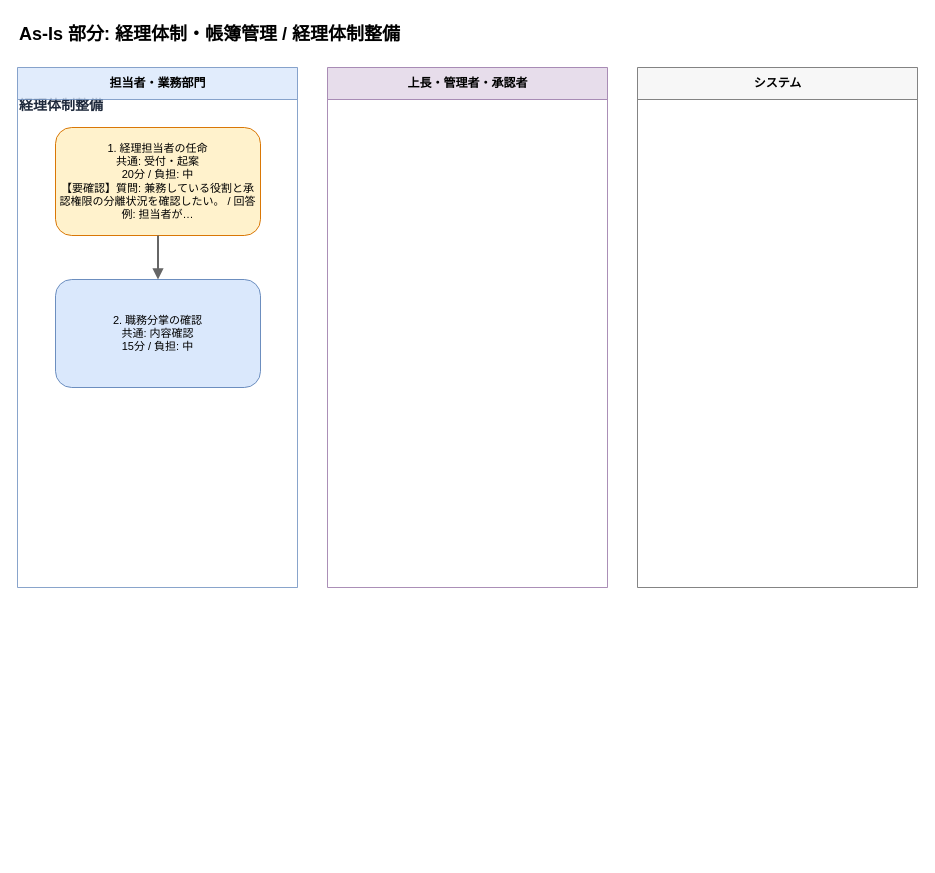
This is output/flows/asis_経理体制_帳簿管理__経理体制整備_20260608.drawio from Toshiki811/ai-business-analysis-heatmap, a draw.io file, before an edit. Source tidied: cells renumbered, new cells numbered last; positions are measured from the earlier drawing's top-left corner, leaving out a move shared by most shapes. Both pictures are drawn from the tidied source at 100%, with x=0, y=0 at pixel (17, 17).
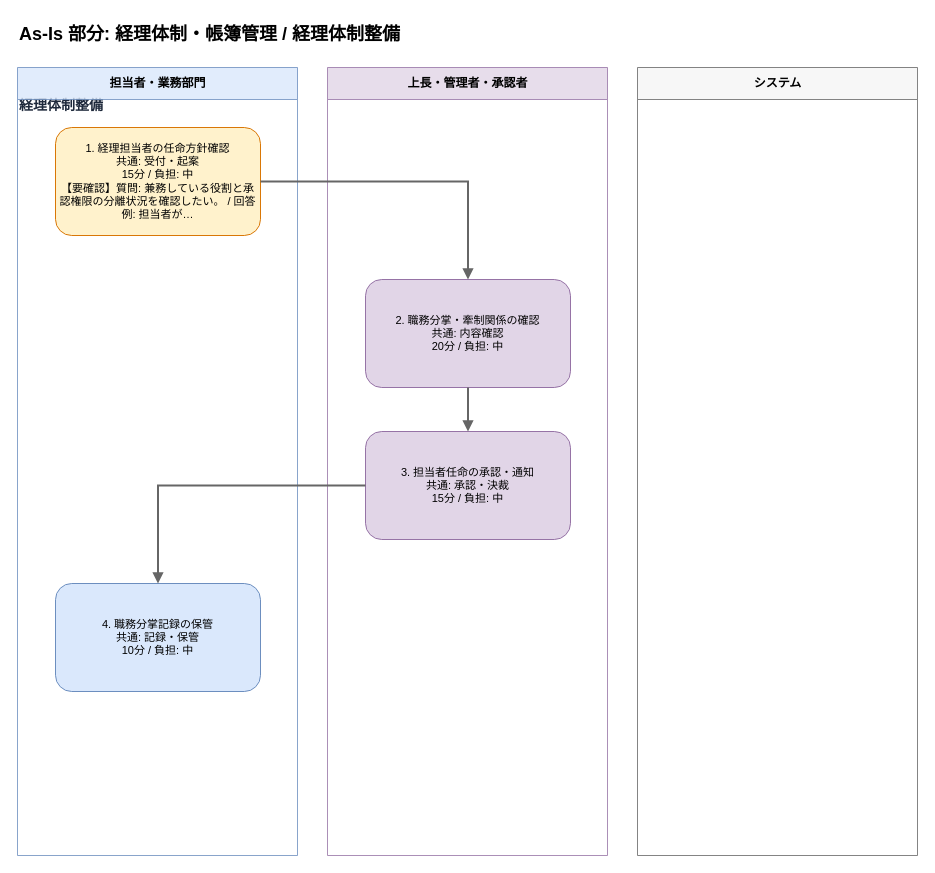
The same diagram, later.

Diff of the diagram source:
```diff
@@
 <mxGraphModel>
   <root>
     <mxCell id="0" />
     <mxCell id="1" parent="0" />
     <mxCell id="2" value="経理体制整備" style="text;html=1;strokeColor=none;fillColor=none;align=left;verticalAlign=middle;whiteSpace=wrap;fontSize=14;fontStyle=1;fontColor=#1e293b;" parent="1" vertex="1">
       <mxGeometry y="76" width="860" height="24" as="geometry" />
     </mxCell>
     <mxCell id="3" value="As-Is 部分: 経理体制・帳簿管理 / 経理体制整備" style="text;html=1;strokeColor=none;fillColor=none;align=left;fontSize=18;fontStyle=1;" parent="1" vertex="1">
       <mxGeometry width="880" height="30" as="geometry" />
     </mxCell>
     <mxCell id="4" value="担当者・業務部門" style="swimlane;horizontal=1;startSize=32;html=1;fillColor=#dae8fc;strokeColor=#6c8ebf;fontSize=12;fontStyle=1;opacity=80;" parent="1" vertex="1">
-      <mxGeometry y="50" width="280" height="520" as="geometry" />
+      <mxGeometry y="50" width="280" height="788" as="geometry" />
     </mxCell>
     <mxCell id="5" value="上長・管理者・承認者" style="swimlane;horizontal=1;startSize=32;html=1;fillColor=#e1d5e7;strokeColor=#9673a6;fontSize=12;fontStyle=1;opacity=80;" parent="1" vertex="1">
-      <mxGeometry x="310" y="50" width="280" height="520" as="geometry" />
+      <mxGeometry x="310" y="50" width="280" height="788" as="geometry" />
     </mxCell>
     <mxCell id="6" value="システム" style="swimlane;horizontal=1;startSize=32;html=1;fillColor=#f5f5f5;strokeColor=#666666;fontSize=12;fontStyle=1;opacity=80;" parent="1" vertex="1">
-      <mxGeometry x="620" y="50" width="280" height="520" as="geometry" />
+      <mxGeometry x="620" y="50" width="280" height="788" as="geometry" />
     </mxCell>
-    <mxCell id="7" value="1. 経理担当者の任命&#10;共通: 受付・起案&#10;20分 / 負担: 中&#10;【要確認】質問: 兼務している役割と承認権限の分離状況を確認したい。 / 回答例: 担当者が…" style="rounded=1;whiteSpace=wrap;html=1;fillColor=#fff2cc;strokeColor=#d97706;strokeWidth=1;fontSize=11;fontColor=#000000;" parent="1" vertex="1">
+    <mxCell id="7" value="1. 経理担当者の任命方針確認&#10;共通: 受付・起案&#10;15分 / 負担: 中&#10;【要確認】質問: 兼務している役割と承認権限の分離状況を確認したい。 / 回答例: 担当者が…" style="rounded=1;whiteSpace=wrap;html=1;fillColor=#fff2cc;strokeColor=#d97706;strokeWidth=1;fontSize=11;fontColor=#000000;" parent="1" vertex="1">
       <mxGeometry x="38" y="110" width="205" height="108" as="geometry" />
     </mxCell>
-    <mxCell id="8" value="2. 職務分掌の確認&#10;共通: 内容確認&#10;15分 / 負担: 中" style="rounded=1;whiteSpace=wrap;html=1;fillColor=#dae8fc;strokeColor=#6c8ebf;strokeWidth=1;fontSize=11;fontColor=#000000;" parent="1" vertex="1">
-      <mxGeometry x="38" y="262" width="205" height="108" as="geometry" />
+    <mxCell id="8" value="2. 職務分掌・牽制関係の確認&#10;共通: 内容確認&#10;20分 / 負担: 中" style="rounded=1;whiteSpace=wrap;html=1;fillColor=#e1d5e7;strokeColor=#9673a6;strokeWidth=1;fontSize=11;fontColor=#000000;" parent="1" vertex="1">
+      <mxGeometry x="348" y="262" width="205" height="108" as="geometry" />
     </mxCell>
+    <mxCell id="10" value="3. 担当者任命の承認・通知&#10;共通: 承認・決裁&#10;15分 / 負担: 中" style="rounded=1;whiteSpace=wrap;html=1;fillColor=#e1d5e7;strokeColor=#9673a6;strokeWidth=1;fontSize=11;fontColor=#000000;" parent="1" vertex="1">
+      <mxGeometry x="348" y="414" width="205" height="108" as="geometry" />
+    </mxCell>
+    <mxCell id="11" value="4. 職務分掌記録の保管&#10;共通: 記録・保管&#10;10分 / 負担: 中" style="rounded=1;whiteSpace=wrap;html=1;fillColor=#dae8fc;strokeColor=#6c8ebf;strokeWidth=1;fontSize=11;fontColor=#000000;" parent="1" vertex="1">
+      <mxGeometry x="38" y="566" width="205" height="108" as="geometry" />
+    </mxCell>
     <mxCell id="9" style="edgeStyle=orthogonalEdgeStyle;rounded=0;html=1;strokeColor=#666666;strokeWidth=2;endArrow=block;endFill=1;fontSize=11;fontColor=#1f2937;" parent="1" edge="1" source="7" target="8">
       <mxGeometry relative="1" as="geometry" />
     </mxCell>
+    <mxCell id="12" style="edgeStyle=orthogonalEdgeStyle;rounded=0;html=1;strokeColor=#666666;strokeWidth=2;endArrow=block;endFill=1;fontSize=11;fontColor=#1f2937;" parent="1" edge="1" source="8" target="10">
+      <mxGeometry relative="1" as="geometry" />
+    </mxCell>
+    <mxCell id="13" style="edgeStyle=orthogonalEdgeStyle;rounded=0;html=1;strokeColor=#666666;strokeWidth=2;endArrow=block;endFill=1;fontSize=11;fontColor=#1f2937;" parent="1" edge="1" source="10" target="11">
+      <mxGeometry relative="1" as="geometry" />
+    </mxCell>
   </root>
 </mxGraphModel>
```
